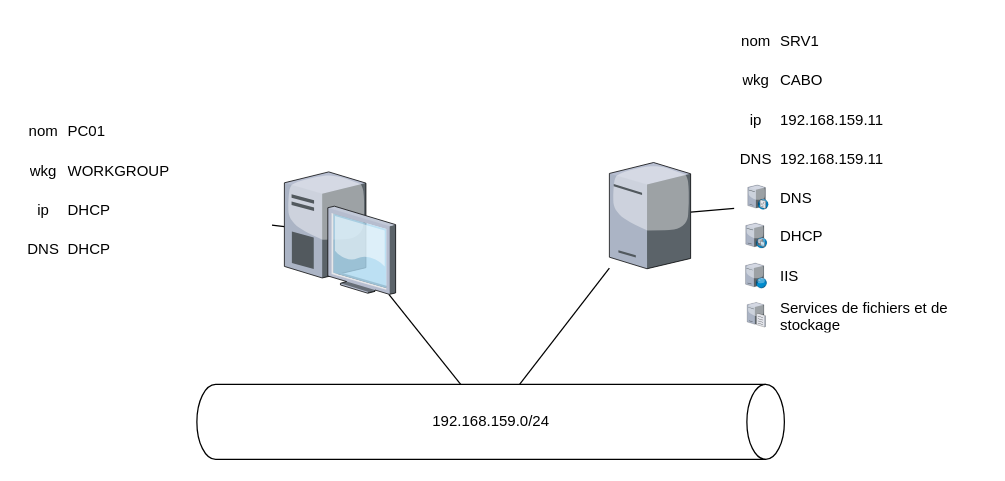
The draw.io diagram MA/System/schema.drawio in Mondotosz/CPNV, before the edit. Source tidied: cells renumbered, new cells numbered last; positions are measured from the earlier drawing's top-left corner, leaving out a move shared by most shapes. Both pictures are drawn from the tidied source at 125%, with x=0, y=0 at pixel (21, 21).
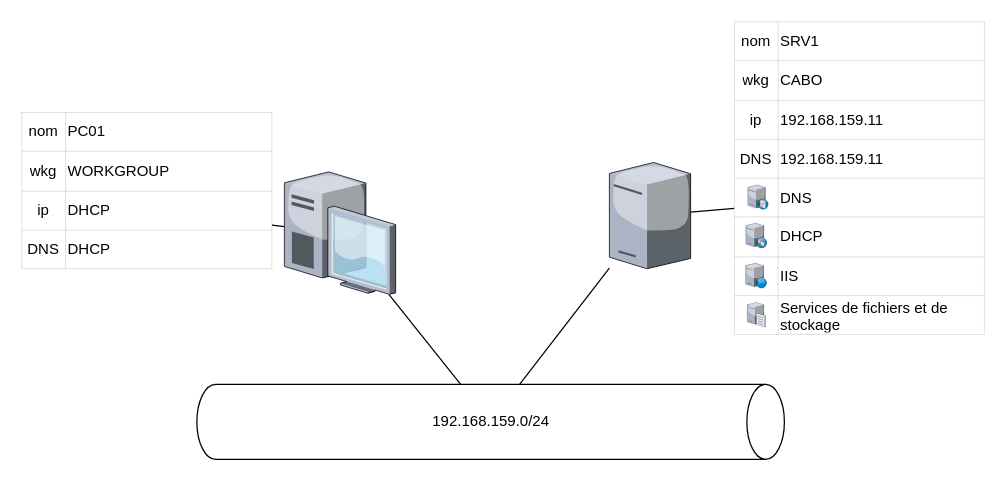
After the change.

What changed in the source:
```diff
@@
-    <mxCell id="11" style="shape=table;html=1;whiteSpace=wrap;startSize=0;childLayout=tableLayout;rounded=0;strokeColor=none;" parent="1" vertex="1">
+    <mxCell id="11" style="shape=table;html=1;whiteSpace=wrap;startSize=0;childLayout=tableLayout;rounded=0;strokeColor=default;perimeterSpacing=0;strokeWidth=0;" parent="1" vertex="1">
       <mxGeometry x="570" width="200" height="250" as="geometry" />
     </mxCell>
@@
-    <mxCell id="40" style="shape=table;html=1;whiteSpace=wrap;startSize=0;childLayout=tableLayout;rounded=0;strokeColor=none;" parent="1" vertex="1">
+    <mxCell id="40" style="shape=table;html=1;whiteSpace=wrap;startSize=0;childLayout=tableLayout;rounded=0;strokeColor=default;strokeWidth=0;" parent="1" vertex="1">
       <mxGeometry y="72.5" width="200" height="125" as="geometry" />
     </mxCell>
```
